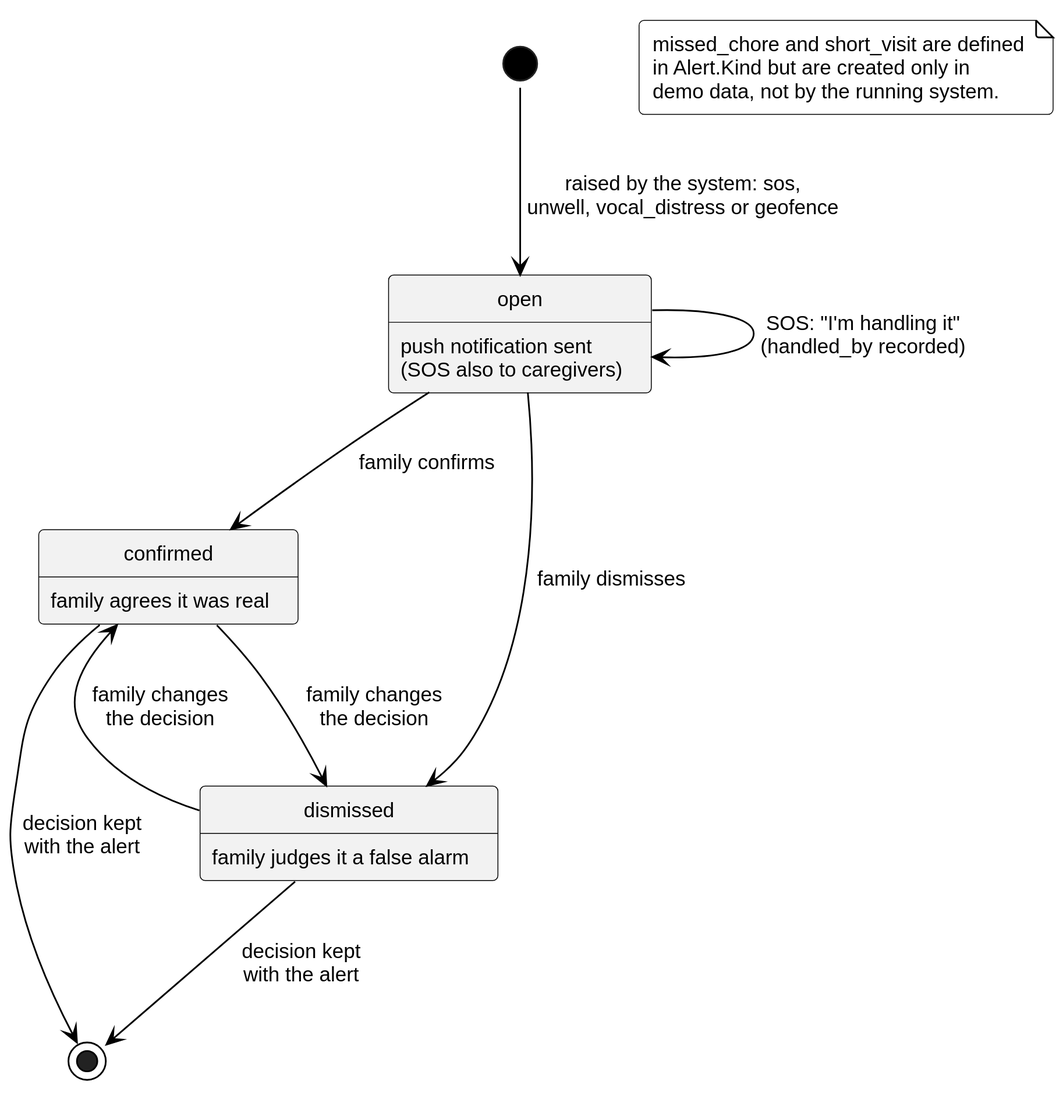
Earlier version of the PlantUML export docs/diagrams/fig4_13_state_alert.svg (alvviinn/Mzazicare). Source of this version:
```plantuml
@startuml
!pragma layout smetana
!include style.iuml
skinparam ranksep 60
skinparam nodesep 60

state "open" as Open : push notification sent\n(SOS also to caregivers)
state "confirmed" as Confirmed : family agrees it was real
state "dismissed" as Dismissed : family judges it a false alarm

[*] --> Open : raised by the system: sos,\nunwell, vocal_distress or geofence
Open --> Open : SOS: "I'm handling it"\n(handled_by recorded)
Open --> Confirmed : family confirms
Open --> Dismissed : family dismisses
Confirmed --> Dismissed : family changes\nthe decision
Dismissed --> Confirmed : family changes\nthe decision
Confirmed --> [*] : decision kept\nwith the alert
Dismissed --> [*] : decision kept\nwith the alert

note "missed_chore and short_visit are defined\nin Alert.Kind but are created only in\ndemo data, not by the running system." as N1
@enduml
```
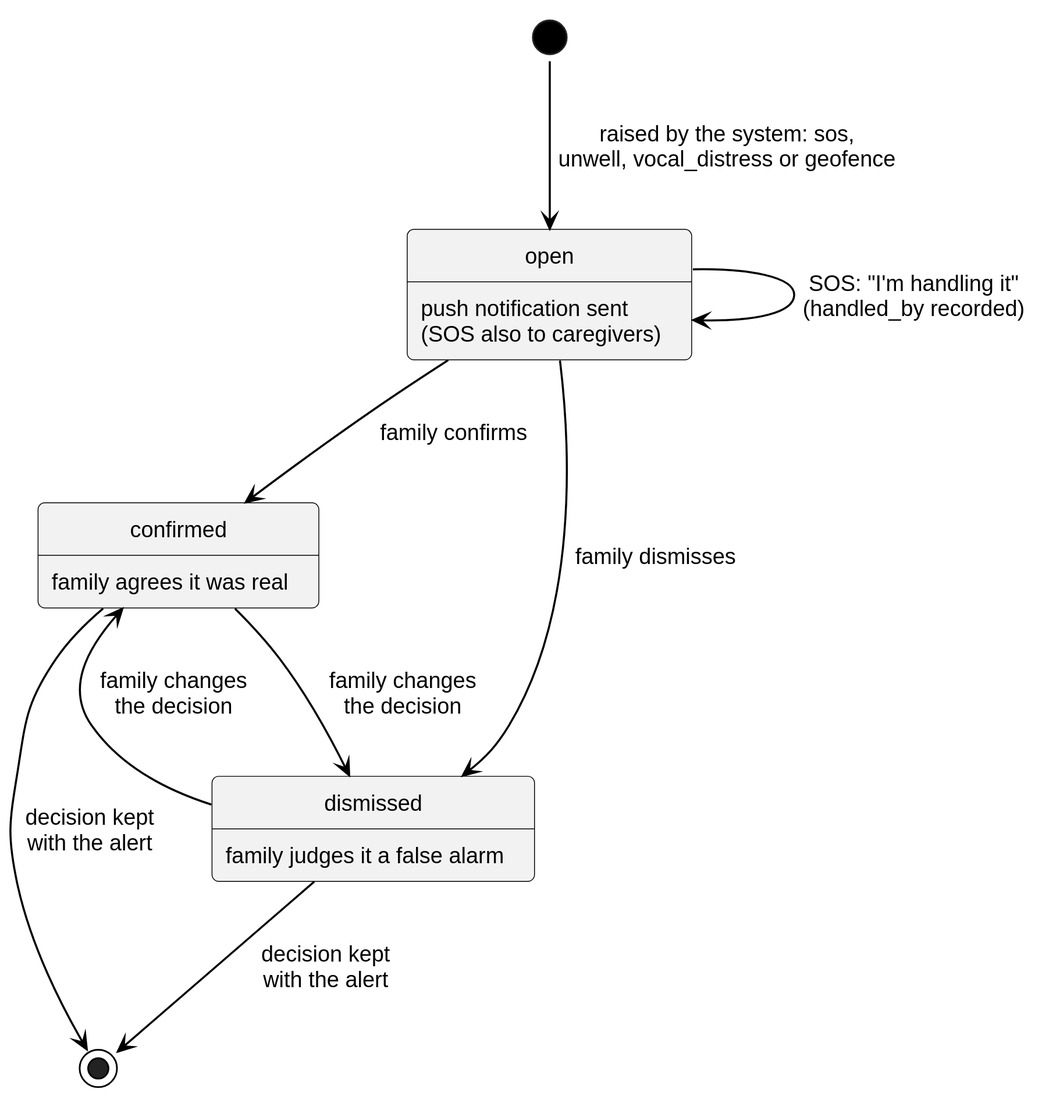
The same diagram one commit later.

Change to the diagram source:
```diff
@@ -16,6 +16,4 @@
 Dismissed --> Confirmed : family changes\nthe decision
 Confirmed --> [*] : decision kept\nwith the alert
 Dismissed --> [*] : decision kept\nwith the alert
-
-note "missed_chore and short_visit are defined\nin Alert.Kind but are created only in\ndemo data, not by the running system." as N1
 @enduml
```
